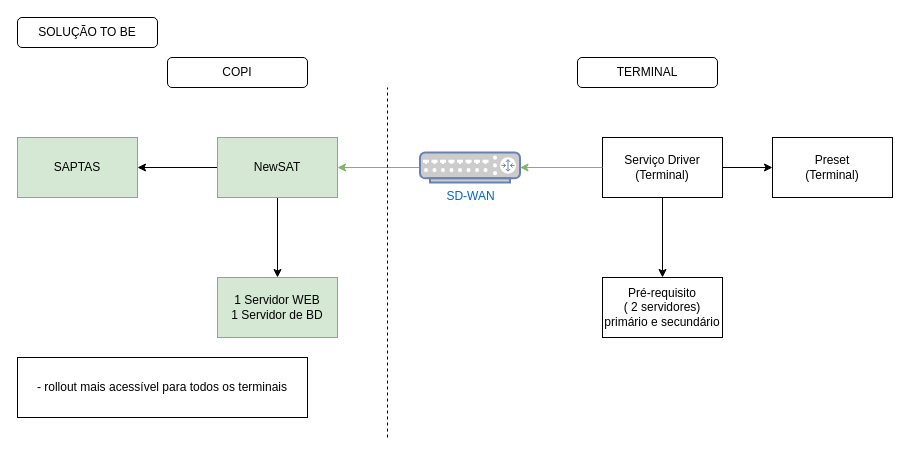
Earlier version of the draw.io diagram NewSAT Show.drawio (anlugifa/drawio). Source tidied: cells renumbered, new cells numbered last; positions are measured from the earlier drawing's top-left corner, leaving out a move shared by most shapes. Both pictures are drawn from the tidied source at 100%, with x=0, y=0 at pixel (17, 17).
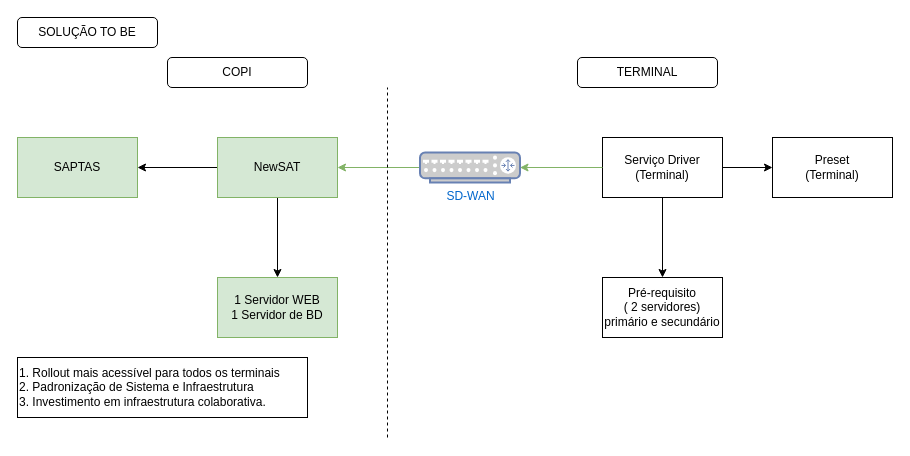
After the change.

Diff of the diagram source:
```diff
@@
-    <mxCell id="14" value="- rollout mais acessível para todos os terminais" style="rounded=0;whiteSpace=wrap;html=1;" parent="1" vertex="1">
+    <mxCell id="14" value="1. Rollout mais acessível para todos os terminais&lt;br&gt;2. Padronização de Sistema e Infraestrutura&lt;br&gt;3. Investimento em infraestrutura colaborativa." style="rounded=0;whiteSpace=wrap;html=1;align=left;" parent="1" vertex="1">
       <mxGeometry y="340" width="290" height="60" as="geometry" />
     </mxCell>
```
